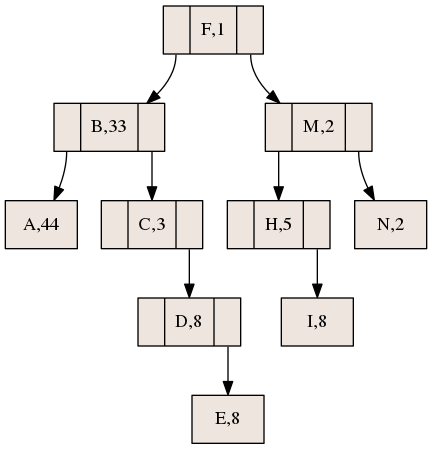
Above: ArbolABB.png in SergioFerrer9/Arboles (Graphviz), before the change. Its source is kept beside it as ArbolABB.dot.
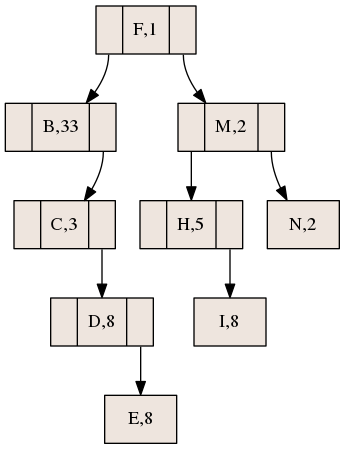
After the change.

Diff of the diagram source:
```diff
@@ -6,9 +6,6 @@
 [ label="<C0>| F,1|<C1>"];
 "nodo3"
 [ label="<C0>| B,33|<C1>"];
-"nodo5"
-[ label=" A,44"];
-nodo3:C0->nodo5
 "nodo4"
 [ label="<C0>| C,3|<C1>"];
 "nodo9"
```
